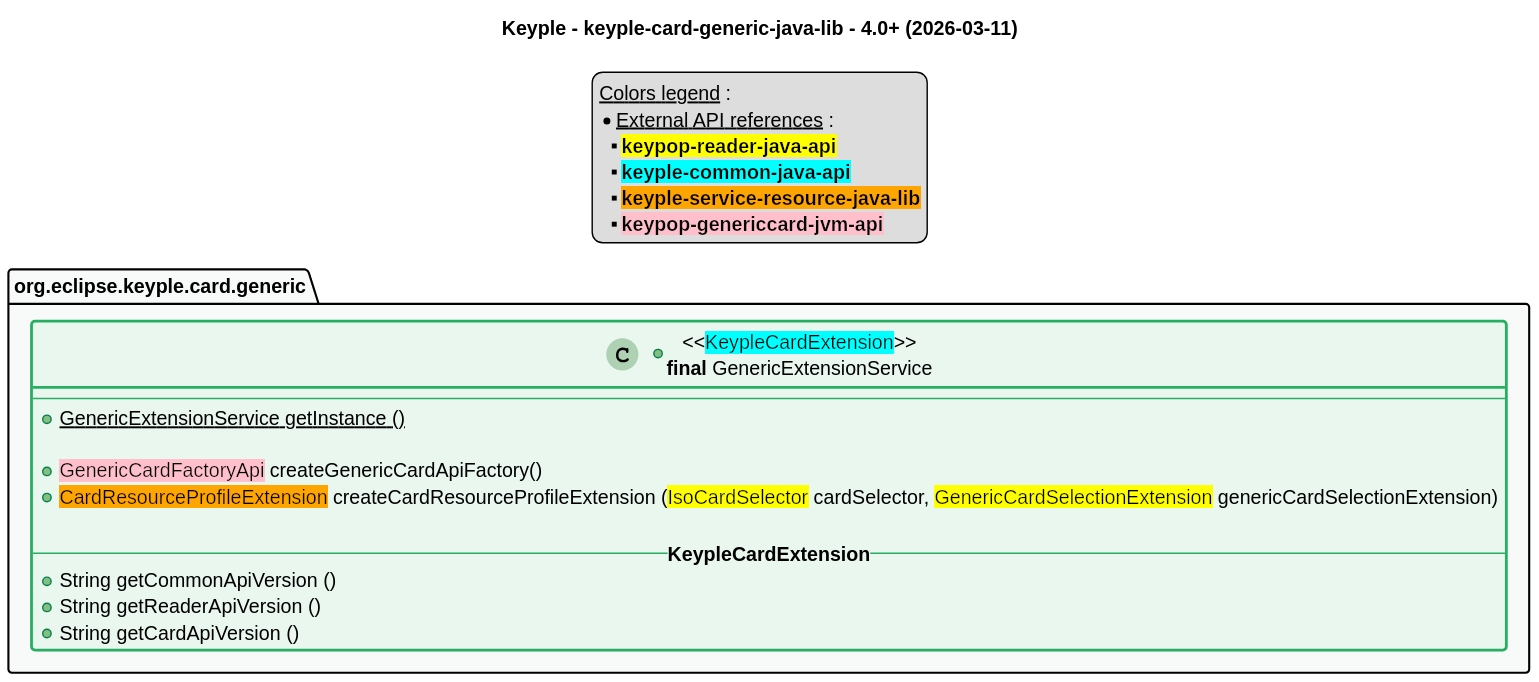
eclipse-keyple/keyple-card-generic-java-lib keeps this PlantUML diagram as src/main/uml/api_class_diagram.svg. Above is the earlier version.
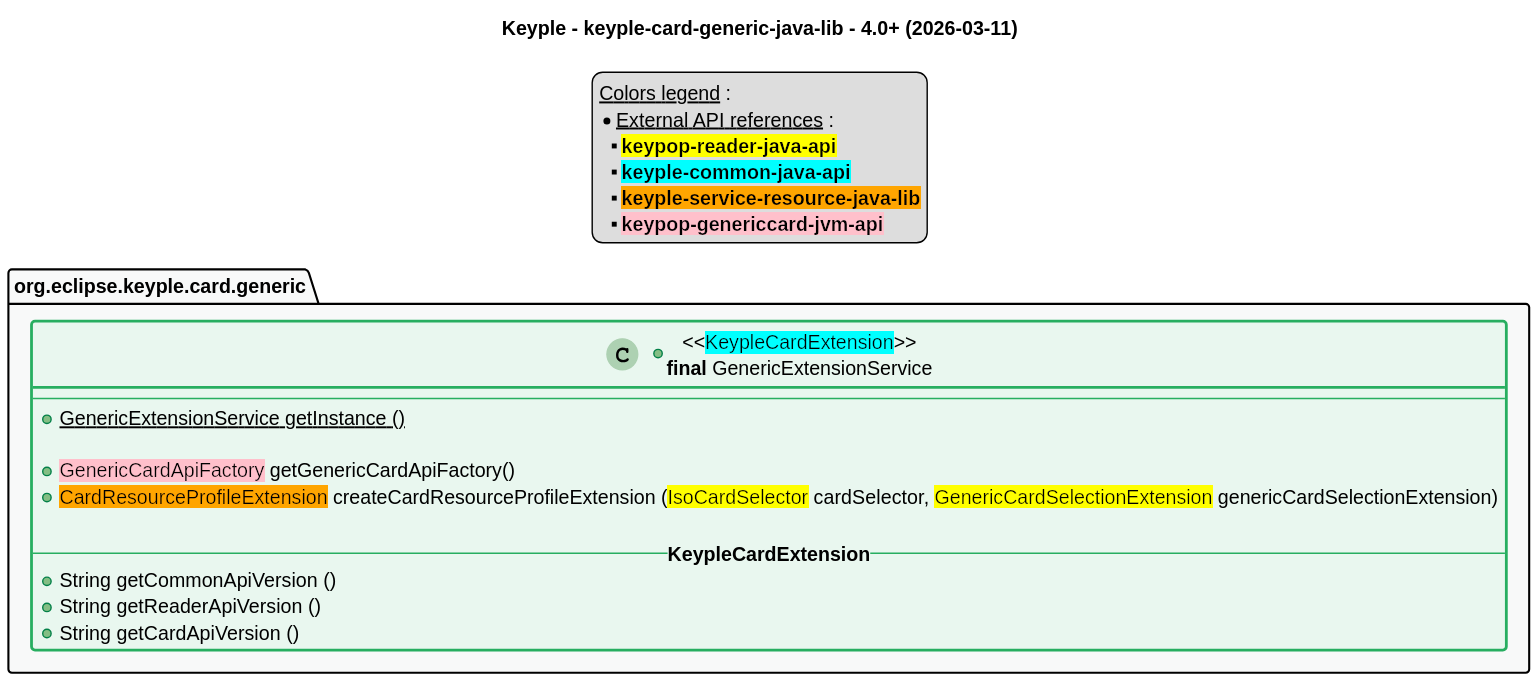
After the commit.

Commit message:
Rename `createGenericCardApiFactory` to `getGenericCardApiFactory` and update UML diagram to reflect changes.

What changed in the source:
```diff
@@ -55,7 +55,7 @@
         --
         +{static} GenericExtensionService getInstance ()
 
-        +<back:pink>GenericCardFactoryApi</back> createGenericCardApiFactory()
+        +<back:pink>GenericCardApiFactory</back> getGenericCardApiFactory()
         +<back:orange>CardResourceProfileExtension</back> createCardResourceProfileExtension (<back:yellow>IsoCardSelector</back> cardSelector, <back:yellow>GenericCardSelectionExtension</back> genericCardSelectionExtension)
 
         -- **KeypleCardExtension** --
```
